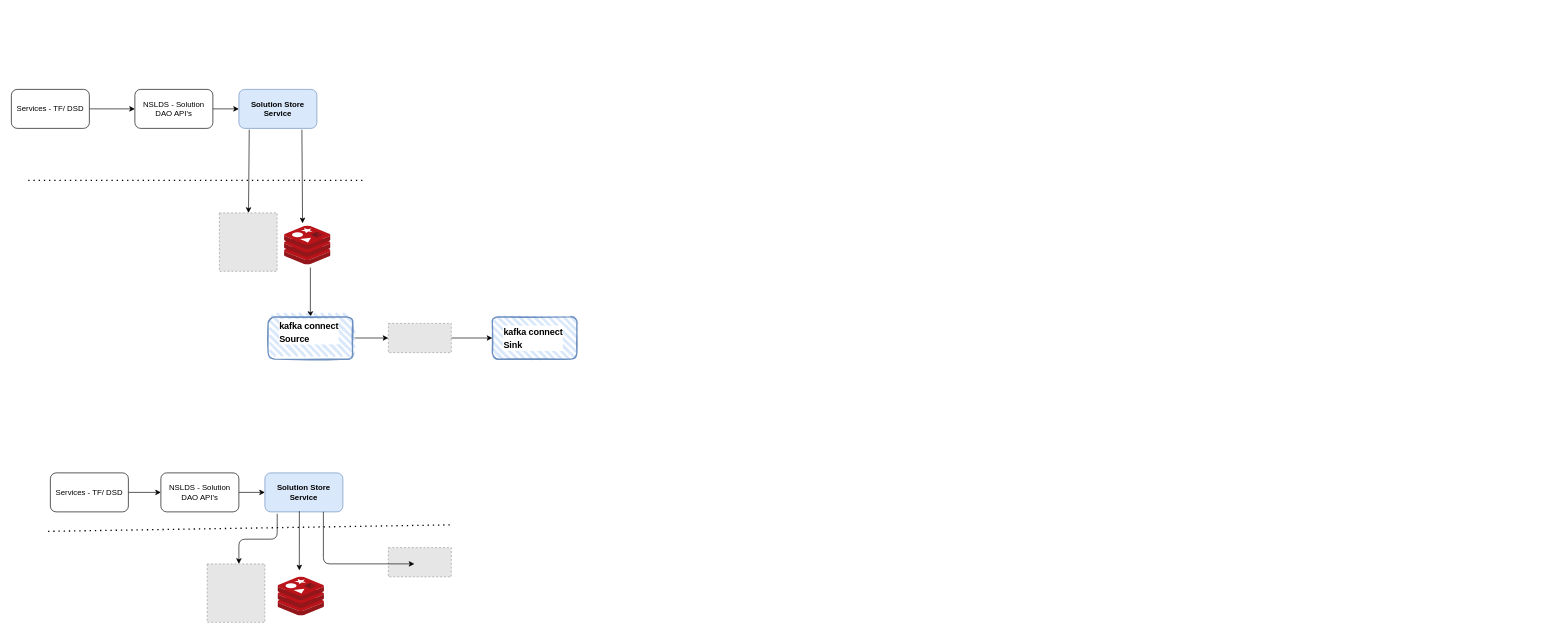
Before: polyglot-bet.drawio in bharathbv44/java, a draw.io diagram. Source tidied: cells renumbered, new cells numbered last; positions are measured from the earlier drawing's top-left corner, leaving out a move shared by most shapes. Both pictures are drawn from the tidied source at 65%, with x=0, y=0 at pixel (11, 89). Pictures stored in the file or linked from it are replaced by grey dashed boxes.
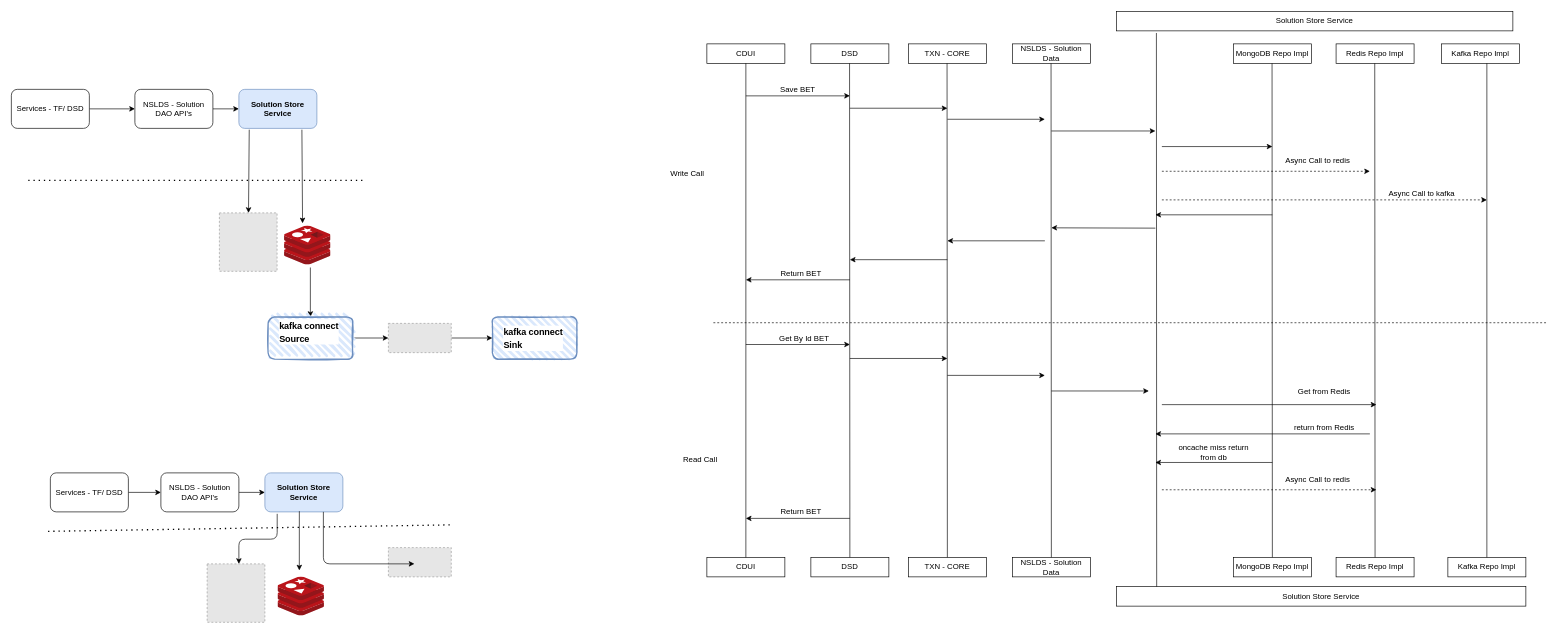
Above is the later version.

Change to the diagram source:
```diff
@@
+    <mxCell id="32" value="CDUI" style="rounded=0;whiteSpace=wrap;html=1;align=center;" parent="1" vertex="1">
+      <mxGeometry x="1070" y="-70" width="120" height="30" as="geometry" />
+    </mxCell>
+    <mxCell id="33" value="DSD" style="rounded=0;whiteSpace=wrap;html=1;align=center;" parent="1" vertex="1">
+      <mxGeometry x="1230" y="-70" width="120" height="30" as="geometry" />
+    </mxCell>
+    <mxCell id="34" value="TXN - CORE" style="rounded=0;whiteSpace=wrap;html=1;align=center;" parent="1" vertex="1">
+      <mxGeometry x="1380" y="-70" width="120" height="30" as="geometry" />
+    </mxCell>
+    <mxCell id="35" value="NSLDS - Solution Data" style="rounded=0;whiteSpace=wrap;html=1;align=center;" parent="1" vertex="1">
+      <mxGeometry x="1540" y="-70" width="120" height="30" as="geometry" />
+    </mxCell>
+    <mxCell id="36" value="Solution Store Service" style="rounded=0;whiteSpace=wrap;html=1;align=center;" parent="1" vertex="1">
+      <mxGeometry x="1700" y="-120" width="610" height="30" as="geometry" />
+    </mxCell>
+    <mxCell id="37" value="&lt;p&gt;MongoDB Repo Impl&lt;/p&gt;" style="rounded=0;whiteSpace=wrap;html=1;align=center;" parent="1" vertex="1">
+      <mxGeometry x="1880" y="-70" width="120" height="30" as="geometry" />
+    </mxCell>
+    <mxCell id="38" value="&lt;p&gt;Redis Repo Impl&lt;/p&gt;" style="rounded=0;whiteSpace=wrap;html=1;align=center;" parent="1" vertex="1">
+      <mxGeometry x="2038" y="-70" width="120" height="30" as="geometry" />
+    </mxCell>
+    <mxCell id="39" value="&lt;p&gt;Kafka Repo Impl&lt;/p&gt;" style="rounded=0;whiteSpace=wrap;html=1;align=center;" parent="1" vertex="1">
+      <mxGeometry x="2200" y="-70" width="120" height="30" as="geometry" />
+    </mxCell>
+    <mxCell id="40" value="CDUI" style="rounded=0;whiteSpace=wrap;html=1;align=center;" parent="1" vertex="1">
+      <mxGeometry x="1070" y="720" width="120" height="30" as="geometry" />
+    </mxCell>
+    <mxCell id="41" value="DSD" style="rounded=0;whiteSpace=wrap;html=1;align=center;" parent="1" vertex="1">
+      <mxGeometry x="1230" y="720" width="120" height="30" as="geometry" />
+    </mxCell>
+    <mxCell id="42" value="TXN - CORE" style="rounded=0;whiteSpace=wrap;html=1;align=center;" parent="1" vertex="1">
+      <mxGeometry x="1380" y="720" width="120" height="30" as="geometry" />
+    </mxCell>
+    <mxCell id="43" value="NSLDS - Solution Data" style="rounded=0;whiteSpace=wrap;html=1;align=center;" parent="1" vertex="1">
+      <mxGeometry x="1540" y="720" width="120" height="30" as="geometry" />
+    </mxCell>
+    <mxCell id="44" value="Solution Store Service" style="rounded=0;whiteSpace=wrap;html=1;align=center;" parent="1" vertex="1">
+      <mxGeometry x="1700" y="765" width="630" height="30" as="geometry" />
+    </mxCell>
+    <mxCell id="45" value="&lt;p&gt;MongoDB Repo Impl&lt;/p&gt;" style="rounded=0;whiteSpace=wrap;html=1;align=center;" parent="1" vertex="1">
+      <mxGeometry x="1880" y="720" width="120" height="30" as="geometry" />
+    </mxCell>
+    <mxCell id="46" value="&lt;p&gt;Redis Repo Impl&lt;/p&gt;" style="rounded=0;whiteSpace=wrap;html=1;align=center;" parent="1" vertex="1">
+      <mxGeometry x="2038" y="720" width="120" height="30" as="geometry" />
+    </mxCell>
+    <mxCell id="47" value="&lt;p&gt;Kafka Repo Impl&lt;/p&gt;" style="rounded=0;whiteSpace=wrap;html=1;align=center;" parent="1" vertex="1">
+      <mxGeometry x="2210" y="720" width="120" height="30" as="geometry" />
+    </mxCell>
+    <mxCell id="48" style="endArrow=none;html=1;entryX=0.5;entryY=1;entryDx=0;entryDy=0;exitX=0.5;exitY=0;exitDx=0;exitDy=0;" parent="1" edge="1" source="40" target="32">
+      <mxGeometry relative="1" as="geometry" />
+    </mxCell>
+    <mxCell id="49" style="endArrow=none;html=1;entryX=0.5;entryY=1;entryDx=0;entryDy=0;exitX=0.5;exitY=0;exitDx=0;exitDy=0;" parent="1" edge="1" source="41">
+      <mxGeometry relative="1" as="geometry">
+        <mxPoint x="1289.5" y="-40" as="targetPoint" />
+      </mxGeometry>
+    </mxCell>
+    <mxCell id="50" style="endArrow=none;html=1;entryX=0.5;entryY=1;entryDx=0;entryDy=0;exitX=0.5;exitY=0;exitDx=0;exitDy=0;" parent="1" edge="1" source="42">
+      <mxGeometry relative="1" as="geometry">
+        <mxPoint x="1439.5" y="-40" as="targetPoint" />
+      </mxGeometry>
+    </mxCell>
+    <mxCell id="51" style="endArrow=none;html=1;entryX=0.5;entryY=1;entryDx=0;entryDy=0;exitX=0.5;exitY=0;exitDx=0;exitDy=0;" parent="1" edge="1" source="43">
+      <mxGeometry relative="1" as="geometry">
+        <mxPoint x="1599.5" y="-40" as="targetPoint" />
+      </mxGeometry>
+    </mxCell>
+    <mxCell id="52" style="endArrow=none;html=1;entryX=0.101;entryY=1.108;entryDx=0;entryDy=0;entryPerimeter=0;" parent="1" edge="1" target="36">
+      <mxGeometry relative="1" as="geometry">
+        <mxPoint x="1762" y="765" as="sourcePoint" />
+      </mxGeometry>
+    </mxCell>
+    <mxCell id="53" style="endArrow=none;html=1;entryX=0.5;entryY=1;entryDx=0;entryDy=0;exitX=0.5;exitY=0;exitDx=0;exitDy=0;" parent="1" edge="1" source="45">
+      <mxGeometry relative="1" as="geometry">
+        <mxPoint x="1939.5" y="-40" as="targetPoint" />
+      </mxGeometry>
+    </mxCell>
+    <mxCell id="54" style="endArrow=none;html=1;entryX=0.5;entryY=1;entryDx=0;entryDy=0;exitX=0.5;exitY=0;exitDx=0;exitDy=0;" parent="1" edge="1" source="46">
+      <mxGeometry relative="1" as="geometry">
+        <mxPoint x="2097.5" y="-40" as="targetPoint" />
+      </mxGeometry>
+    </mxCell>
+    <mxCell id="55" style="endArrow=none;html=1;entryX=0.5;entryY=1;entryDx=0;entryDy=0;" parent="1" edge="1" source="47">
+      <mxGeometry relative="1" as="geometry">
+        <mxPoint x="2270" y="-40" as="targetPoint" />
+      </mxGeometry>
+    </mxCell>
+    <mxCell id="56" style="endArrow=classic;html=1;" parent="1" edge="1">
+      <mxGeometry relative="1" as="geometry">
+        <mxPoint x="1130" y="10" as="sourcePoint" />
+        <mxPoint x="1290" y="10" as="targetPoint" />
+      </mxGeometry>
+    </mxCell>
+    <mxCell id="57" style="endArrow=classic;html=1;" parent="1" edge="1">
+      <mxGeometry relative="1" as="geometry">
+        <mxPoint x="1290" y="293" as="sourcePoint" />
+        <mxPoint x="1130" y="293" as="targetPoint" />
+      </mxGeometry>
+    </mxCell>
+    <mxCell id="58" value="Save BET" style="text;html=1;strokeColor=none;fillColor=none;align=center;verticalAlign=middle;whiteSpace=wrap;rounded=0;" parent="1" vertex="1">
+      <mxGeometry x="1180" y="-10" width="60" height="20" as="geometry" />
+    </mxCell>
+    <mxCell id="59" value="Return BET" style="text;html=1;strokeColor=none;fillColor=none;align=center;verticalAlign=middle;whiteSpace=wrap;rounded=0;" parent="1" vertex="1">
+      <mxGeometry x="1180" y="273" width="70" height="20" as="geometry" />
+    </mxCell>
+    <mxCell id="60" style="endArrow=classic;html=1;" parent="1" edge="1">
+      <mxGeometry relative="1" as="geometry">
+        <mxPoint x="1290" y="29" as="sourcePoint" />
+        <mxPoint x="1440" y="29" as="targetPoint" />
+      </mxGeometry>
+    </mxCell>
+    <mxCell id="61" style="endArrow=classic;html=1;" parent="1" edge="1">
+      <mxGeometry relative="1" as="geometry">
+        <mxPoint x="1440" y="262" as="sourcePoint" />
+        <mxPoint x="1290" y="262" as="targetPoint" />
+      </mxGeometry>
+    </mxCell>
+    <mxCell id="62" style="endArrow=classic;html=1;" parent="1" edge="1">
+      <mxGeometry relative="1" as="geometry">
+        <mxPoint x="1440" y="46" as="sourcePoint" />
+        <mxPoint x="1590" y="46" as="targetPoint" />
+      </mxGeometry>
+    </mxCell>
+    <mxCell id="63" style="endArrow=classic;html=1;" parent="1" edge="1">
+      <mxGeometry relative="1" as="geometry">
+        <mxPoint x="1590" y="233" as="sourcePoint" />
+        <mxPoint x="1440" y="233" as="targetPoint" />
+      </mxGeometry>
+    </mxCell>
+    <mxCell id="64" style="endArrow=classic;html=1;" parent="1" edge="1">
+      <mxGeometry relative="1" as="geometry">
+        <mxPoint x="1600" y="64" as="sourcePoint" />
+        <mxPoint x="1760" y="64" as="targetPoint" />
+      </mxGeometry>
+    </mxCell>
+    <mxCell id="65" style="endArrow=classic;html=1;" parent="1" edge="1">
+      <mxGeometry relative="1" as="geometry">
+        <mxPoint x="1760" y="213.5" as="sourcePoint" />
+        <mxPoint x="1600" y="213" as="targetPoint" />
+      </mxGeometry>
+    </mxCell>
+    <mxCell id="66" style="endArrow=classic;html=1;" parent="1" edge="1">
+      <mxGeometry relative="1" as="geometry">
+        <mxPoint x="1770" y="88" as="sourcePoint" />
+        <mxPoint x="1940" y="88" as="targetPoint" />
+      </mxGeometry>
+    </mxCell>
+    <mxCell id="67" style="endArrow=classic;html=1;" parent="1" edge="1">
+      <mxGeometry relative="1" as="geometry">
+        <mxPoint x="1940" y="193" as="sourcePoint" />
+        <mxPoint x="1760" y="193" as="targetPoint" />
+      </mxGeometry>
+    </mxCell>
+    <mxCell id="68" style="endArrow=classic;html=1;dashed=1;" parent="1" edge="1">
+      <mxGeometry relative="1" as="geometry">
+        <mxPoint x="1770" y="126" as="sourcePoint" />
+        <mxPoint x="2090" y="126" as="targetPoint" />
+      </mxGeometry>
+    </mxCell>
+    <mxCell id="69" style="endArrow=classic;html=1;dashed=1;" parent="1" edge="1">
+      <mxGeometry relative="1" as="geometry">
+        <mxPoint x="1770" y="170" as="sourcePoint" />
+        <mxPoint x="2270" y="170" as="targetPoint" />
+      </mxGeometry>
+    </mxCell>
+    <mxCell id="70" value="Async Call to kafka" style="text;html=1;strokeColor=none;fillColor=none;align=center;verticalAlign=middle;whiteSpace=wrap;rounded=0;" parent="1" vertex="1">
+      <mxGeometry x="2110" y="150" width="120" height="20" as="geometry" />
+    </mxCell>
+    <mxCell id="71" value="Async Call to redis" style="text;html=1;strokeColor=none;fillColor=none;align=center;verticalAlign=middle;whiteSpace=wrap;rounded=0;" parent="1" vertex="1">
+      <mxGeometry x="1950" y="100" width="120" height="20" as="geometry" />
+    </mxCell>
+    <mxCell id="72" style="endArrow=classic;html=1;" parent="1" edge="1">
+      <mxGeometry relative="1" as="geometry">
+        <mxPoint x="1130" y="392.5" as="sourcePoint" />
+        <mxPoint x="1290" y="392.5" as="targetPoint" />
+      </mxGeometry>
+    </mxCell>
+    <mxCell id="73" value="Get By Id BET" style="text;html=1;strokeColor=none;fillColor=none;align=center;verticalAlign=middle;whiteSpace=wrap;rounded=0;" parent="1" vertex="1">
+      <mxGeometry x="1180" y="372.5" width="80" height="20" as="geometry" />
+    </mxCell>
+    <mxCell id="74" style="endArrow=classic;html=1;" parent="1" edge="1">
+      <mxGeometry relative="1" as="geometry">
+        <mxPoint x="1290" y="660" as="sourcePoint" />
+        <mxPoint x="1130" y="660" as="targetPoint" />
+      </mxGeometry>
+    </mxCell>
+    <mxCell id="75" value="Return BET" style="text;html=1;strokeColor=none;fillColor=none;align=center;verticalAlign=middle;whiteSpace=wrap;rounded=0;" parent="1" vertex="1">
+      <mxGeometry x="1180" y="640" width="70" height="20" as="geometry" />
+    </mxCell>
+    <mxCell id="76" style="endArrow=classic;html=1;" parent="1" edge="1">
+      <mxGeometry relative="1" as="geometry">
+        <mxPoint x="1290" y="414" as="sourcePoint" />
+        <mxPoint x="1440" y="414" as="targetPoint" />
+      </mxGeometry>
+    </mxCell>
+    <mxCell id="77" style="endArrow=classic;html=1;" parent="1" edge="1">
+      <mxGeometry relative="1" as="geometry">
+        <mxPoint x="1440" y="440" as="sourcePoint" />
+        <mxPoint x="1590" y="440" as="targetPoint" />
+      </mxGeometry>
+    </mxCell>
+    <mxCell id="78" style="endArrow=classic;html=1;" parent="1" edge="1">
+      <mxGeometry relative="1" as="geometry">
+        <mxPoint x="1600" y="464" as="sourcePoint" />
+        <mxPoint x="1750" y="464" as="targetPoint" />
+      </mxGeometry>
+    </mxCell>
+    <mxCell id="79" style="endArrow=classic;html=1;" parent="1" edge="1">
+      <mxGeometry relative="1" as="geometry">
+        <mxPoint x="1770" y="485" as="sourcePoint" />
+        <mxPoint x="2100" y="485" as="targetPoint" />
+      </mxGeometry>
+    </mxCell>
+    <mxCell id="80" value="Get from Redis" style="text;html=1;strokeColor=none;fillColor=none;align=center;verticalAlign=middle;whiteSpace=wrap;rounded=0;" parent="1" vertex="1">
+      <mxGeometry x="1960" y="455" width="120" height="20" as="geometry" />
+    </mxCell>
+    <mxCell id="81" style="endArrow=classic;html=1;" parent="1" edge="1">
+      <mxGeometry relative="1" as="geometry">
+        <mxPoint x="2090" y="530" as="sourcePoint" />
+        <mxPoint x="1760" y="530" as="targetPoint" />
+      </mxGeometry>
+    </mxCell>
+    <mxCell id="82" value="return from Redis" style="text;html=1;strokeColor=none;fillColor=none;align=center;verticalAlign=middle;whiteSpace=wrap;rounded=0;" parent="1" vertex="1">
+      <mxGeometry x="1960" y="510" width="120" height="20" as="geometry" />
+    </mxCell>
+    <mxCell id="83" style="endArrow=classic;html=1;" parent="1" edge="1">
+      <mxGeometry relative="1" as="geometry">
+        <mxPoint x="1940" y="574" as="sourcePoint" />
+        <mxPoint x="1760" y="574" as="targetPoint" />
+      </mxGeometry>
+    </mxCell>
+    <mxCell id="84" value="oncache miss return from db" style="text;html=1;strokeColor=none;fillColor=none;align=center;verticalAlign=middle;whiteSpace=wrap;rounded=0;" parent="1" vertex="1">
+      <mxGeometry x="1790" y="549" width="120" height="20" as="geometry" />
+    </mxCell>
+    <mxCell id="85" style="endArrow=classic;html=1;dashed=1;" parent="1" edge="1">
+      <mxGeometry relative="1" as="geometry">
+        <mxPoint x="1770" y="616" as="sourcePoint" />
+        <mxPoint x="2100" y="616" as="targetPoint" />
+      </mxGeometry>
+    </mxCell>
+    <mxCell id="86" value="Async Call to redis" style="text;html=1;strokeColor=none;fillColor=none;align=center;verticalAlign=middle;whiteSpace=wrap;rounded=0;" parent="1" vertex="1">
+      <mxGeometry x="1950" y="590" width="120" height="20" as="geometry" />
+    </mxCell>
+    <mxCell id="87" style="endArrow=none;dashed=1;html=1;strokeWidth=1;" parent="1" edge="1">
+      <mxGeometry relative="1" as="geometry">
+        <mxPoint x="1080" y="359" as="sourcePoint" />
+        <mxPoint x="2361" y="359" as="targetPoint" />
+      </mxGeometry>
+    </mxCell>
+    <mxCell id="88" value="Write Call" style="text;html=1;strokeColor=none;fillColor=none;align=center;verticalAlign=middle;whiteSpace=wrap;rounded=0;" parent="1" vertex="1">
+      <mxGeometry x="990" y="120" width="100" height="20" as="geometry" />
+    </mxCell>
+    <mxCell id="89" value="Read Call" style="text;html=1;strokeColor=none;fillColor=none;align=center;verticalAlign=middle;whiteSpace=wrap;rounded=0;" parent="1" vertex="1">
+      <mxGeometry x="1010" y="560" width="100" height="20" as="geometry" />
+    </mxCell>
```
